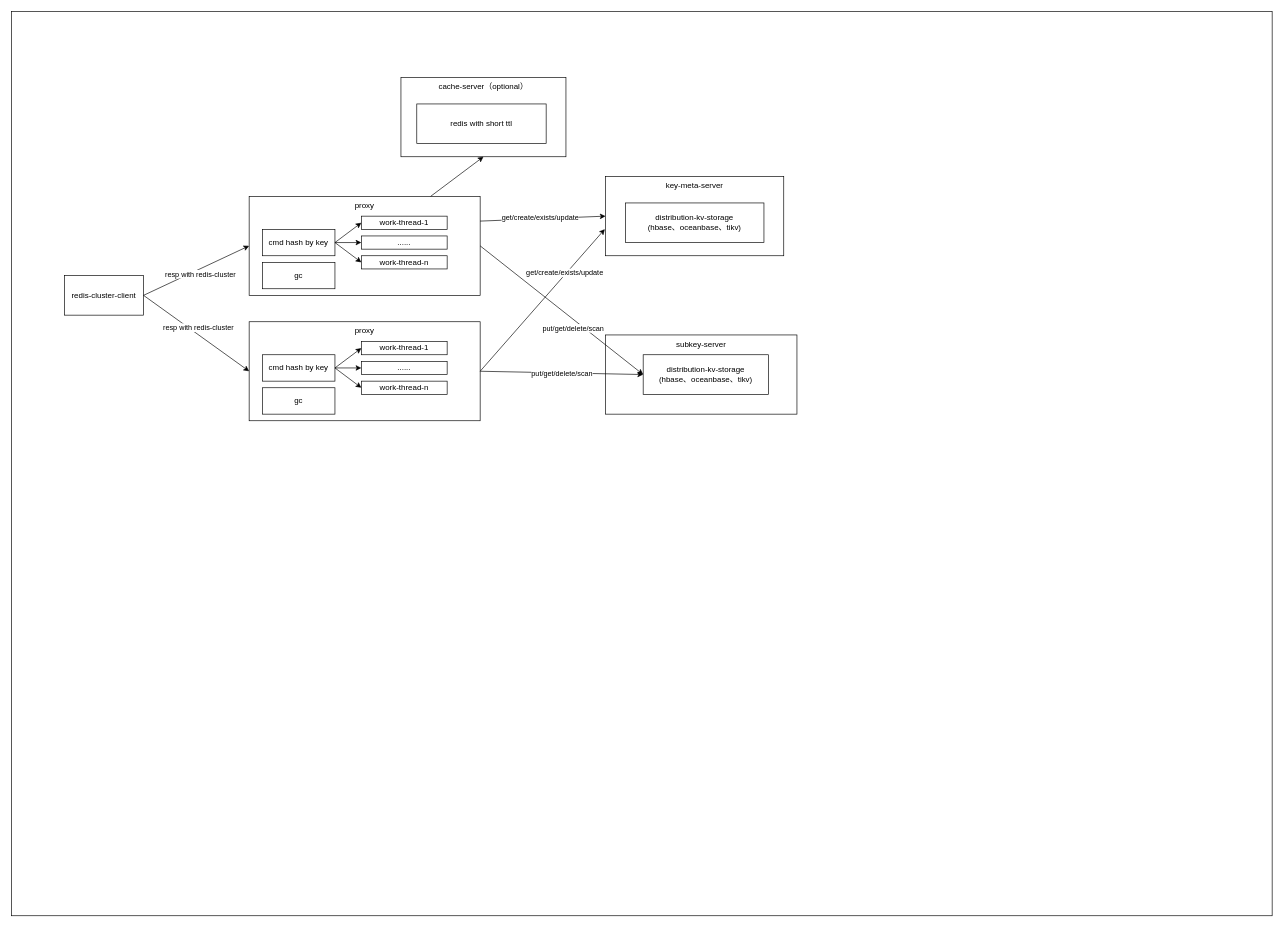
Before: docs/redis-proxy/kv/kv.drawio in netease-im/camellia, a draw.io diagram. Source tidied: cells renumbered, new cells numbered last; positions are measured from the earlier drawing's top-left corner, leaving out a move shared by most shapes. Both pictures are drawn from the tidied source at 66%, with x=0, y=0 at pixel (11, 11).
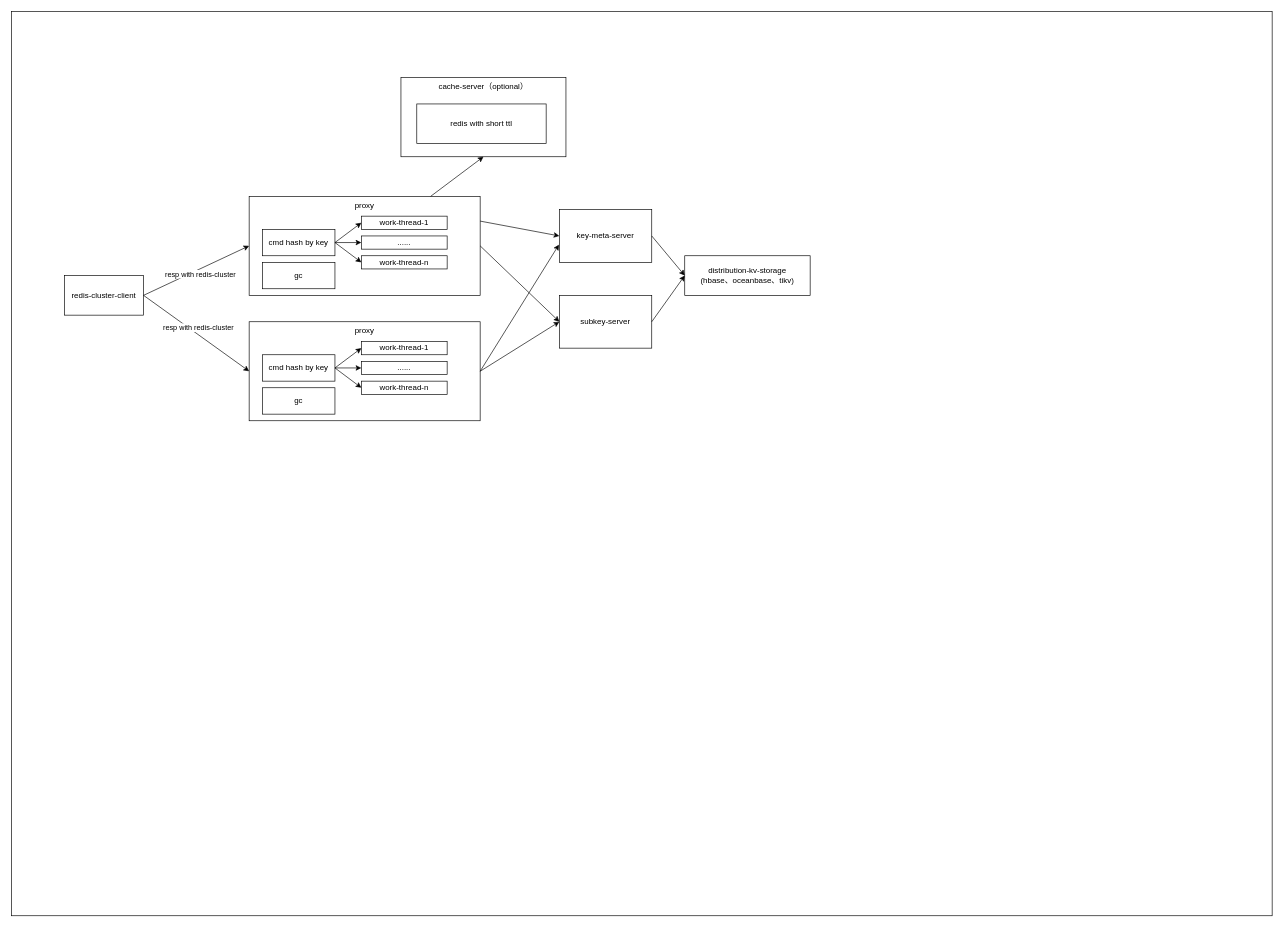
After the change.

The change refers to these unchanged cells:
```xml
<mxCell id="4" value="proxy" style="rounded=0;whiteSpace=wrap;html=1;verticalAlign=top;" parent="1" vertex="1">
  <mxGeometry x="360" y="280" width="350" height="150" as="geometry" />
</mxCell>
<mxCell id="21" value="proxy" style="rounded=0;whiteSpace=wrap;html=1;verticalAlign=top;" parent="1" vertex="1">
  <mxGeometry x="360" y="470" width="350" height="150" as="geometry" />
</mxCell>
<mxCell id="30" style="endArrow=classic;html=1;rounded=0;entryX=0;entryY=0.5;entryDx=0;entryDy=0;exitX=1;exitY=0.25;exitDx=0;exitDy=0;" parent="1" edge="1" source="4" target="29">
  <mxGeometry relative="1" as="geometry" />
</mxCell>
<mxCell id="32" style="endArrow=classic;html=1;rounded=0;entryX=-0.004;entryY=0.664;entryDx=0;entryDy=0;entryPerimeter=0;exitX=1;exitY=0.5;exitDx=0;exitDy=0;" parent="1" edge="1" source="21" target="29">
  <mxGeometry relative="1" as="geometry" />
</mxCell>
```

Diff of the diagram source:
```diff
@@
-    <mxCell id="3" value="subkey-server" style="rounded=0;whiteSpace=wrap;html=1;verticalAlign=top;" parent="1" vertex="1">
-      <mxGeometry x="900" y="490" width="290" height="120" as="geometry" />
+    <mxCell id="3" value="subkey-server" style="rounded=0;whiteSpace=wrap;html=1;verticalAlign=middle;" parent="1" vertex="1">
+      <mxGeometry x="830" y="430" width="140" height="80" as="geometry" />
     </mxCell>
@@
-    <mxCell id="10" value="distribution-kv-storage&lt;br&gt;(hbase、oceanbase、tikv)" style="rounded=0;whiteSpace=wrap;html=1;" parent="1" vertex="1">
-      <mxGeometry x="957" y="520" width="190" height="60" as="geometry" />
-    </mxCell>
-    <mxCell id="11" style="endArrow=classic;html=1;rounded=0;entryX=0;entryY=0.5;entryDx=0;entryDy=0;exitX=1;exitY=0.5;exitDx=0;exitDy=0;" parent="1" edge="1" source="4" target="10">
+    <mxCell id="11" style="endArrow=classic;html=1;rounded=0;exitX=1;exitY=0.5;exitDx=0;exitDy=0;entryX=0;entryY=0.5;entryDx=0;entryDy=0;" parent="1" edge="1" source="4" target="3">
       <mxGeometry relative="1" as="geometry" />
     </mxCell>
-    <mxCell id="12" value="put/get/delete/scan" style="edgeLabel;html=1;align=center;verticalAlign=middle;" parent="11" vertex="1">
-      <mxGeometry x="-0.14" y="-4" relative="1" as="geometry">
-        <mxPoint x="37" y="38" as="offset" />
-      </mxGeometry>
-    </mxCell>
-    <mxCell id="13" value="put/get/delete/scan" style="endArrow=classic;html=1;rounded=0;entryX=0;entryY=0.5;entryDx=0;entryDy=0;exitX=1;exitY=0.5;exitDx=0;exitDy=0;" parent="1" edge="1" source="21" target="10">
+    <mxCell id="13" style="endArrow=classic;html=1;rounded=0;exitX=1;exitY=0.5;exitDx=0;exitDy=0;entryX=0;entryY=0.5;entryDx=0;entryDy=0;" parent="1" edge="1" source="21" target="3">
       <mxGeometry relative="1" as="geometry" />
     </mxCell>
@@
-    <mxCell id="29" value="key-meta-server" style="rounded=0;whiteSpace=wrap;html=1;verticalAlign=top;" parent="1" vertex="1">
-      <mxGeometry x="900" y="250" width="270" height="120" as="geometry" />
+    <mxCell id="29" value="key-meta-server" style="rounded=0;whiteSpace=wrap;html=1;verticalAlign=middle;" parent="1" vertex="1">
+      <mxGeometry x="830" y="300" width="140" height="80" as="geometry" />
     </mxCell>
@@
-    <mxCell id="31" value="get/create/exists/update" style="edgeLabel;html=1;align=center;verticalAlign=middle;" parent="30" vertex="1">
-      <mxGeometry x="-0.04" y="1" relative="1" as="geometry" />
-    </mxCell>
@@
-    <mxCell id="33" value="get/create/exists/update" style="edgeLabel;html=1;align=center;verticalAlign=middle;" parent="32" vertex="1">
-      <mxGeometry x="0.37" y="3" relative="1" as="geometry" />
-    </mxCell>
     <mxCell id="34" value="distribution-kv-storage&lt;br&gt;(hbase、oceanbase、tikv)" style="rounded=0;whiteSpace=wrap;html=1;verticalAlign=middle;" parent="1" vertex="1">
-      <mxGeometry x="930" y="290" width="210" height="60" as="geometry" />
+      <mxGeometry x="1020" y="370" width="190" height="60" as="geometry" />
     </mxCell>
@@
+    <mxCell id="40" style="endArrow=classic;html=1;rounded=0;entryX=0;entryY=0.5;entryDx=0;entryDy=0;exitX=1;exitY=0.5;exitDx=0;exitDy=0;" parent="1" edge="1" source="29" target="34">
+      <mxGeometry relative="1" as="geometry" />
+    </mxCell>
+    <mxCell id="41" style="endArrow=classic;html=1;rounded=0;entryX=0;entryY=0.5;entryDx=0;entryDy=0;exitX=1;exitY=0.5;exitDx=0;exitDy=0;" parent="1" edge="1" source="3" target="34">
+      <mxGeometry relative="1" as="geometry" />
+    </mxCell>
```
